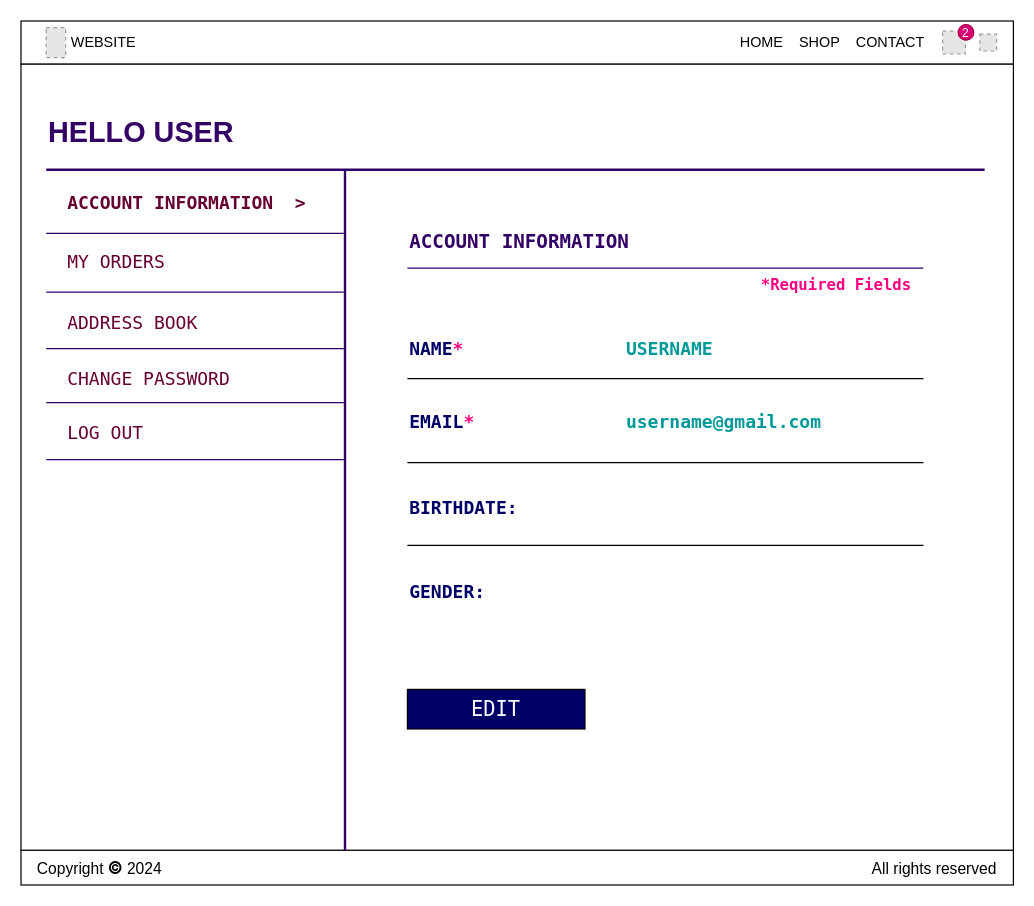
Earlier version of the draw.io diagram page "User Profile Page (Account Info)" (10 of 14) of Wireframes.drawio (ayushi1719/ecommerce). Source tidied: cells renumbered, new cells numbered last; positions are measured from the earlier drawing's top-left corner, leaving out a move shared by most shapes. Both pictures are drawn from the tidied source at 120%, with x=0, y=0 at pixel (20, 20). Pictures stored in the file or linked from it are replaced by grey dashed boxes.
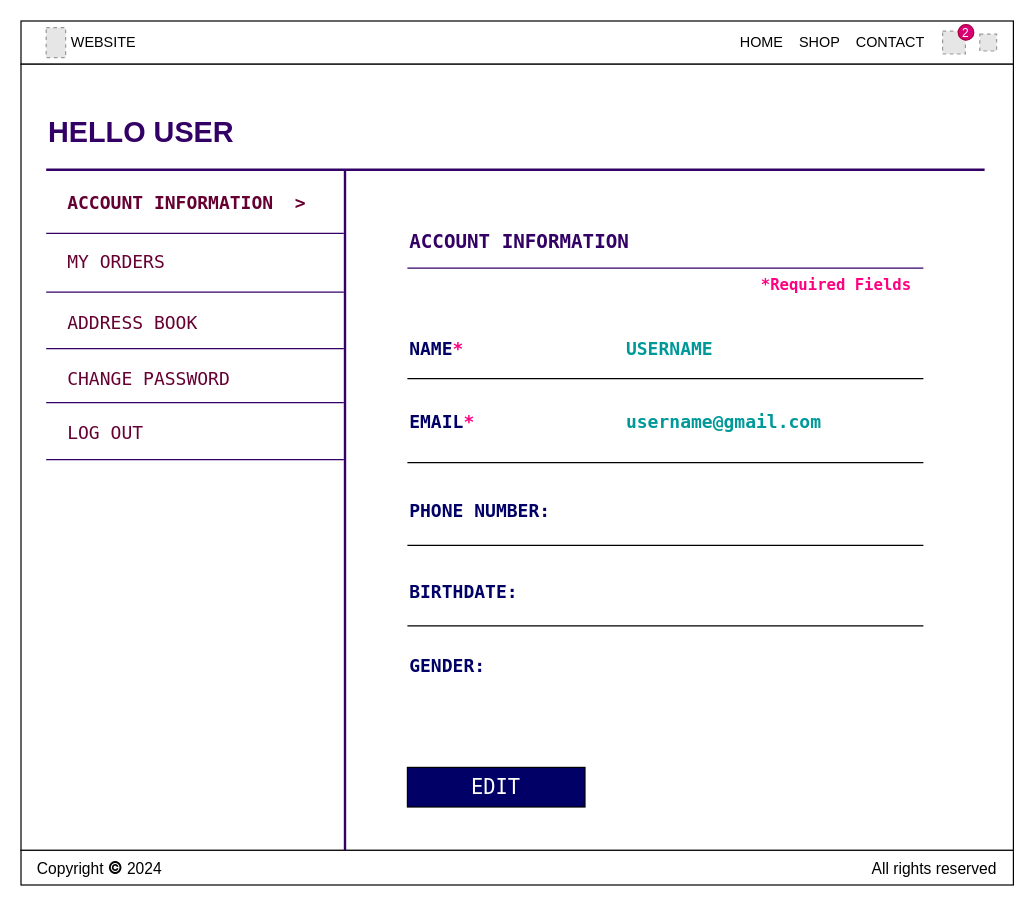
After the change.

Commit message:
user profile - address book

Diff of the diagram source:
```diff
@@
-    <mxCell id="23" value="&lt;b&gt;&lt;font color=&quot;#000066&quot; face=&quot;Lucida Console&quot; style=&quot;font-size: 15px;&quot;&gt;BIRTHDATE:&lt;/font&gt;&lt;font color=&quot;#ff0080&quot; face=&quot;Lucida Console&quot; style=&quot;font-size: 15px;&quot;&gt;&amp;nbsp; &amp;nbsp; &amp;nbsp; &amp;nbsp; &amp;nbsp; &lt;/font&gt;&lt;font face=&quot;Lucida Console&quot; style=&quot;font-size: 15px;&quot; color=&quot;#000066&quot;&gt;&amp;nbsp;&lt;/font&gt;&lt;/b&gt;" style="text;strokeColor=none;align=left;fillColor=none;html=1;verticalAlign=middle;whiteSpace=wrap;rounded=0;" parent="1" vertex="1">
-      <mxGeometry x="322" y="390" width="383" height="30" as="geometry" />
-    </mxCell>
@@
     <mxCell id="28" value="&lt;font face=&quot;Lucida Console&quot; color=&quot;#ffffff&quot; style=&quot;font-size: 17px; background-color: rgb(0, 0, 102);&quot;&gt;EDIT&lt;/font&gt;" style="rounded=0;whiteSpace=wrap;html=1;fillColor=#000066;" parent="1" vertex="1">
-      <mxGeometry x="322" y="557" width="148" height="33" as="geometry" />
+      <mxGeometry x="322" y="622" width="148" height="33" as="geometry" />
     </mxCell>
@@
-    <mxCell id="30" value="&lt;b&gt;&lt;font color=&quot;#000066&quot; face=&quot;Lucida Console&quot; style=&quot;font-size: 15px;&quot;&gt;GENDER:&lt;/font&gt;&lt;font color=&quot;#ff0080&quot; face=&quot;Lucida Console&quot; style=&quot;font-size: 15px;&quot;&gt;&amp;nbsp; &amp;nbsp; &amp;nbsp; &amp;nbsp; &amp;nbsp; &lt;/font&gt;&lt;font face=&quot;Lucida Console&quot; style=&quot;font-size: 15px;&quot; color=&quot;#000066&quot;&gt;&amp;nbsp;&lt;/font&gt;&lt;/b&gt;" style="text;strokeColor=none;align=left;fillColor=none;html=1;verticalAlign=middle;whiteSpace=wrap;rounded=0;" parent="1" vertex="1">
+    <mxCell id="30" value="&lt;b&gt;&lt;font style=&quot;font-size: 15px;&quot; color=&quot;#000066&quot; face=&quot;Lucida Console&quot;&gt;BIRTHDATE:&lt;/font&gt;&lt;font style=&quot;font-size: 15px;&quot; color=&quot;#ff0080&quot; face=&quot;Lucida Console&quot;&gt;&amp;nbsp; &amp;nbsp; &amp;nbsp; &amp;nbsp; &amp;nbsp;&amp;nbsp;&lt;/font&gt;&lt;font style=&quot;font-size: 15px;&quot; face=&quot;Lucida Console&quot; color=&quot;#000066&quot;&gt;&amp;nbsp;&lt;/font&gt;&lt;/b&gt;" style="text;strokeColor=none;align=left;fillColor=none;html=1;verticalAlign=middle;whiteSpace=wrap;rounded=0;" parent="1" vertex="1">
       <mxGeometry x="322" y="460" width="383" height="30" as="geometry" />
     </mxCell>
@@
+    <mxCell id="33" style="line;strokeWidth=1;html=1;strokeColor=default;fillColor=none;" parent="1" vertex="1">
+      <mxGeometry x="322" y="499" width="430" height="10" as="geometry" />
+    </mxCell>
+    <mxCell id="34" value="&lt;b&gt;&lt;font color=&quot;#000066&quot; face=&quot;Lucida Console&quot; style=&quot;font-size: 15px;&quot;&gt;GENDER:&lt;/font&gt;&lt;font color=&quot;#ff0080&quot; face=&quot;Lucida Console&quot; style=&quot;font-size: 15px;&quot;&gt;&amp;nbsp; &amp;nbsp; &amp;nbsp; &amp;nbsp; &amp;nbsp; &lt;/font&gt;&lt;font face=&quot;Lucida Console&quot; style=&quot;font-size: 15px;&quot; color=&quot;#000066&quot;&gt;&amp;nbsp;&lt;/font&gt;&lt;/b&gt;" style="text;strokeColor=none;align=left;fillColor=none;html=1;verticalAlign=middle;whiteSpace=wrap;rounded=0;" parent="1" vertex="1">
+      <mxGeometry x="322" y="522" width="383" height="30" as="geometry" />
+    </mxCell>
+    <mxCell id="35" value="&lt;font face=&quot;Lucida Console&quot; color=&quot;#000066&quot;&gt;&lt;span style=&quot;font-size: 15px;&quot;&gt;&lt;b&gt;PHONE NUMBER:&lt;/b&gt;&lt;/span&gt;&lt;/font&gt;" style="text;strokeColor=none;align=left;fillColor=none;html=1;verticalAlign=middle;whiteSpace=wrap;rounded=0;" parent="1" vertex="1">
+      <mxGeometry x="322" y="392.5" width="383" height="30" as="geometry" />
+    </mxCell>
```
